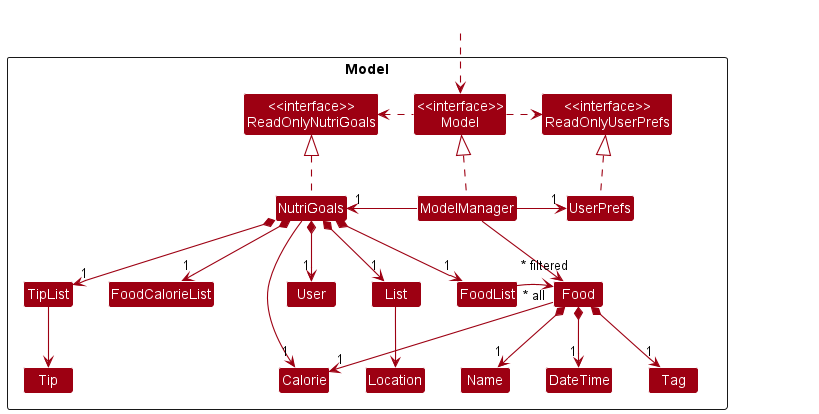
Earlier version of the PlantUML export docs/images/ModelClassDiagram.png (nus-cs2103-AY2223S1/tp).
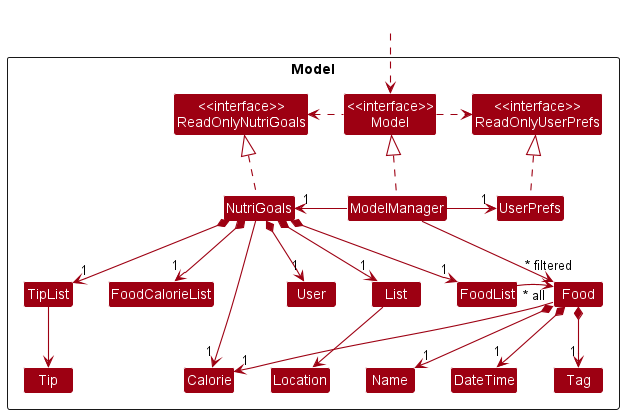
The same file after the commit.

Diff of the diagram source:
```diff
@@ -57,12 +57,6 @@
 Name -[hidden]right-> Calorie
 Calorie -[hidden]right-> DateTime
 DateTime -[hidden]right-> Tag
-Food -[hidden]left-> Food
-Food -[hidden]left-> Food
-Food -[hidden]left-> Food
-Food -[hidden]left-> Food
-Food -[hidden]left-> Food
-Food -[hidden]left-> Food
 FoodList -left-> "~* all" Food
 
 ModelManager -->"~* filtered" Food
```
